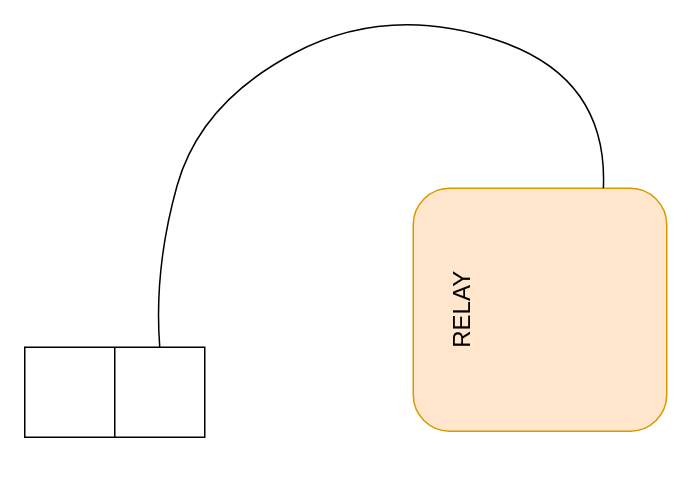
The draw.io diagram Lab_6_PLC_Diagram.drawio in CoderKinley/backendfile, before the edit. Source tidied: cells renumbered, new cells numbered last; positions are measured from the earlier drawing's top-left corner, leaving out a move shared by most shapes. Both pictures are drawn from the tidied source at 150%, with x=0, y=0 at pixel (24, 3).
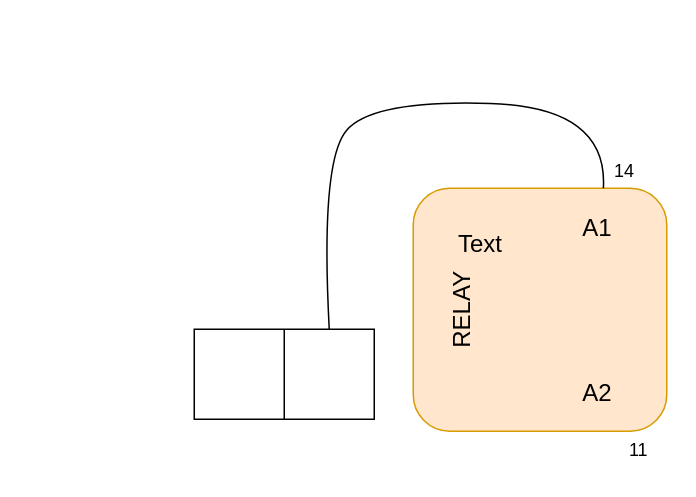
Above is the later version.

What changed in the source:
```diff
@@
 <mxGraphModel>
   <root>
     <mxCell id="0" />
     <mxCell id="1" parent="0" />
     <mxCell id="2" style="rounded=1;whiteSpace=wrap;html=1;fontSize=16;fillColor=#ffe6cc;strokeColor=#d79b00;" parent="1" vertex="1">
       <mxGeometry x="259" y="123" width="169" height="162" as="geometry" />
     </mxCell>
     <mxCell id="3" style="rounded=0;whiteSpace=wrap;html=1;fontSize=16;" parent="1" vertex="1">
-      <mxGeometry y="229" width="120" height="60" as="geometry" />
+      <mxGeometry x="113" y="217" width="120" height="60" as="geometry" />
     </mxCell>
     <mxCell id="4" style="endArrow=none;html=1;rounded=0;fontSize=12;startSize=8;endSize=8;curved=1;entryX=0.5;entryY=0;entryDx=0;entryDy=0;exitX=0.5;exitY=1;exitDx=0;exitDy=0;" parent="1" edge="1" source="3" target="3">
       <mxGeometry relative="1" as="geometry" />
     </mxCell>
     <mxCell id="5" style="endArrow=none;html=1;rounded=0;fontSize=12;startSize=8;endSize=8;curved=1;entryX=0.75;entryY=0;entryDx=0;entryDy=0;exitX=0.75;exitY=0;exitDx=0;exitDy=0;" parent="1" edge="1" source="3" target="2">
       <mxGeometry relative="1" as="geometry">
         <Array as="points">
-          <mxPoint x="86" y="177" />
-          <mxPoint x="117" y="66" />
-          <mxPoint x="242" />
-          <mxPoint x="389" y="49" />
+          <mxPoint x="197" y="105" />
+          <mxPoint x="232" y="64" />
+          <mxPoint x="389" y="69" />
         </Array>
       </mxGeometry>
     </mxCell>
     <mxCell id="6" value="RELAY" style="text;html=1;strokeColor=none;fillColor=none;align=center;verticalAlign=middle;whiteSpace=wrap;rounded=0;fontSize=16;rotation=-90;" parent="1" vertex="1">
       <mxGeometry x="227" y="164" width="128.4" height="80" as="geometry" />
     </mxCell>
+    <mxCell id="7" value="A1" style="text;html=1;strokeColor=none;fillColor=none;align=center;verticalAlign=middle;whiteSpace=wrap;rounded=0;fontSize=16;" parent="1" vertex="1">
+      <mxGeometry x="352" y="134" width="60" height="30" as="geometry" />
+    </mxCell>
+    <mxCell id="8" value="A2" style="text;html=1;strokeColor=none;fillColor=none;align=center;verticalAlign=middle;whiteSpace=wrap;rounded=0;fontSize=16;" parent="1" vertex="1">
+      <mxGeometry x="352" y="244" width="60" height="30" as="geometry" />
+    </mxCell>
+    <mxCell id="9" value="&lt;font style=&quot;font-size: 12px;&quot;&gt;14&lt;/font&gt;" style="text;html=1;strokeColor=none;fillColor=none;align=center;verticalAlign=middle;whiteSpace=wrap;rounded=0;fontSize=16;" parent="1" vertex="1">
+      <mxGeometry x="370" y="95" width="60" height="30" as="geometry" />
+    </mxCell>
+    <mxCell id="10" value="Text" style="text;html=1;strokeColor=none;fillColor=none;align=center;verticalAlign=middle;whiteSpace=wrap;rounded=0;fontSize=16;" parent="1" vertex="1">
+      <mxGeometry x="274" y="145" width="60" height="30" as="geometry" />
+    </mxCell>
+    <mxCell id="11" value="&lt;font style=&quot;font-size: 12px;&quot;&gt;11&lt;/font&gt;" style="text;html=1;align=center;verticalAlign=middle;strokeColor=none;fillColor=none;fontSize=16;" parent="1" vertex="1">
+      <mxGeometry x="394" y="280" width="30" height="31" as="geometry" />
+    </mxCell>
   </root>
 </mxGraphModel>
```
